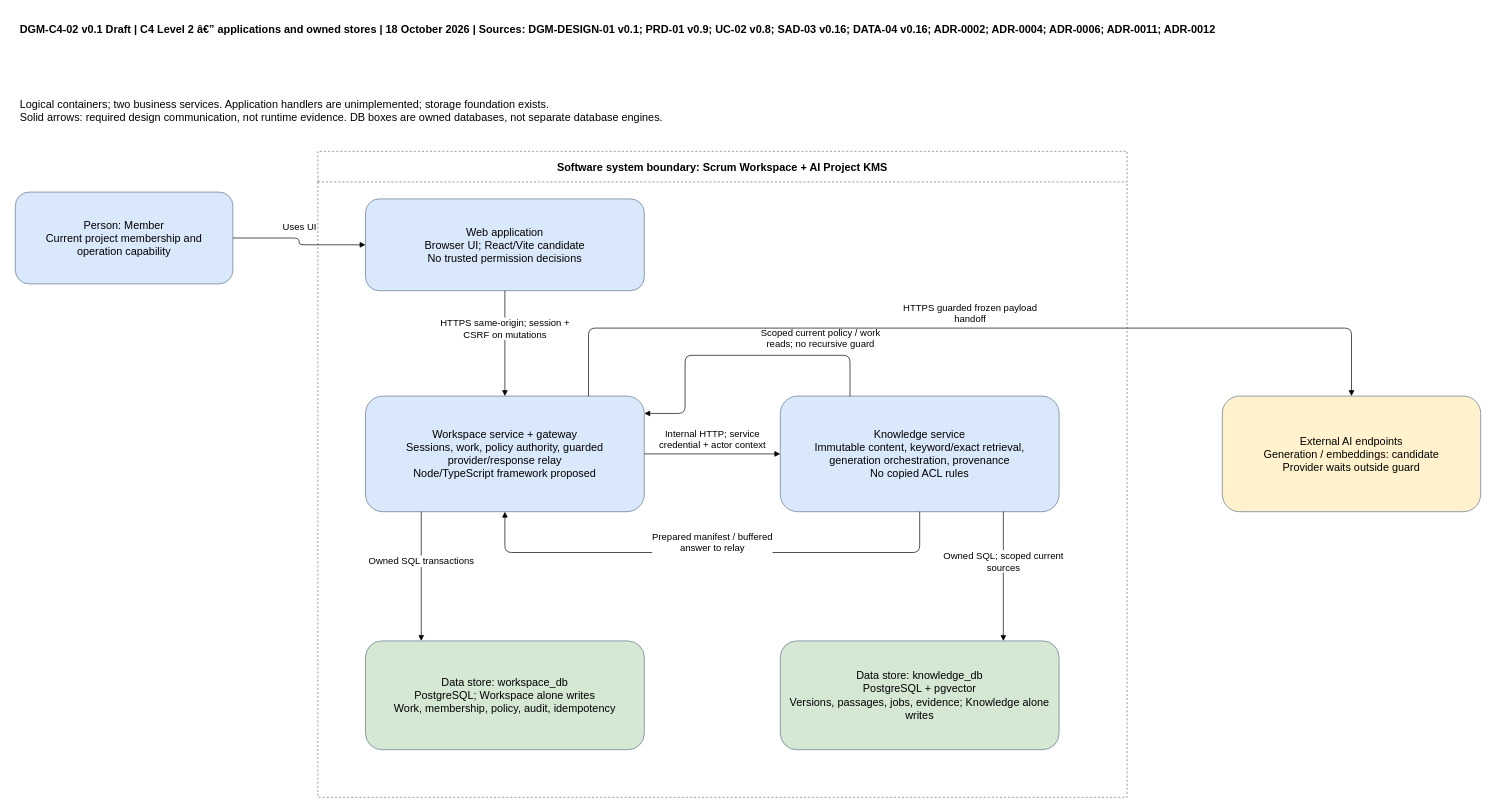
Above: docs/sdlc/diagrams/c4/containers.drawio in 900M100CK/scrum-workspace-KMS-ai (draw.io), before the change. Source tidied: cells renumbered, new cells numbered last; positions are measured from the earlier drawing's top-left corner, leaving out a move shared by most shapes. Both pictures are drawn from the tidied source at 68%, with x=0, y=0 at pixel (12, 12).
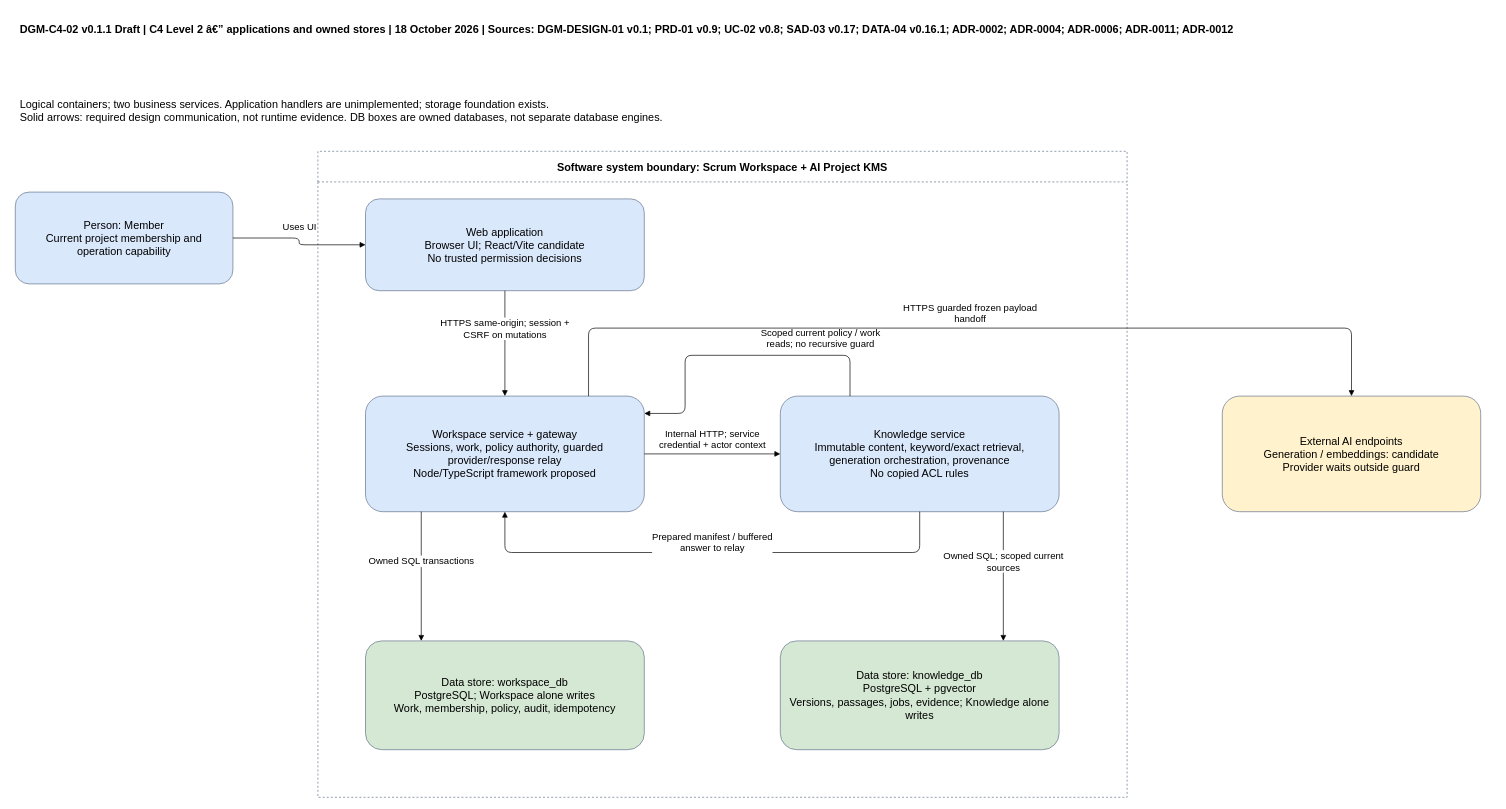
After the change.

The edit, as a diff of the source:
```diff
@@
-    <mxCell id="18" value="DGM-C4-02 v0.1 Draft | C4 Level 2 â€” applications and owned stores | 18 October 2026 | Sources: DGM-DESIGN-01 v0.1; PRD-01 v0.9; UC-02 v0.8; SAD-03 v0.16; DATA-04 v0.16; ADR-0002; ADR-0004; ADR-0006; ADR-0011; ADR-0012" style="text;align=left;fontStyle=1;whiteSpace=wrap;html=1;fontSize=16;spacing=12;" parent="1" vertex="1">
+    <mxCell id="18" value="DGM-C4-02 v0.1.1 Draft | C4 Level 2 â€” applications and owned stores | 18 October 2026 | Sources: DGM-DESIGN-01 v0.1; PRD-01 v0.9; UC-02 v0.8; SAD-03 v0.17; DATA-04 v0.16.1; ADR-0002; ADR-0004; ADR-0006; ADR-0011; ADR-0012" style="text;align=left;fontStyle=1;whiteSpace=wrap;html=1;fontSize=16;spacing=12;" parent="1" vertex="1">
       <mxGeometry width="2180" height="105" as="geometry" />
     </mxCell>
```
